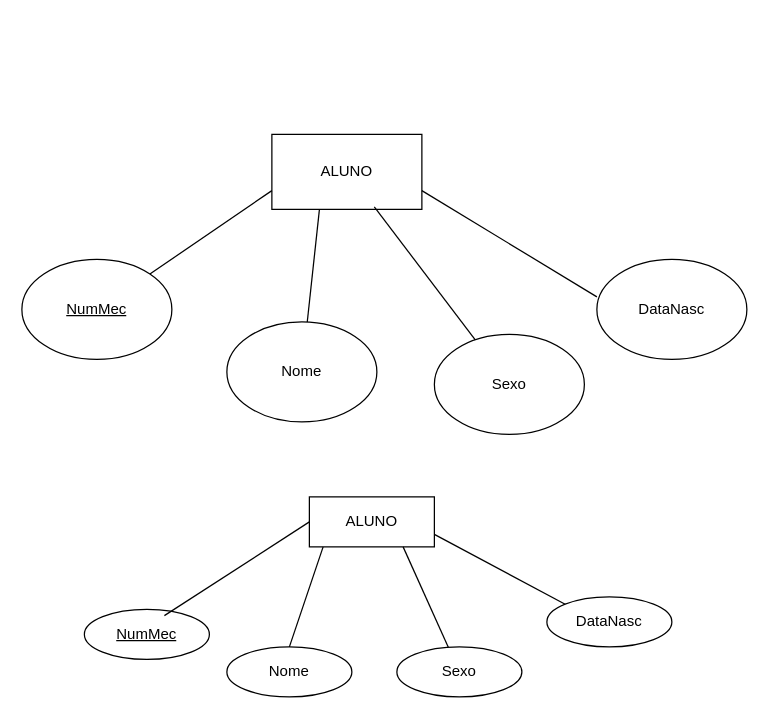
This is DiagramaEscolar.drawio from LucasAlface/Diagramas, a draw.io file, before an edit. Source tidied: cells renumbered, new cells numbered last; positions are measured from the earlier drawing's top-left corner, leaving out a move shared by most shapes. Both pictures are drawn from the tidied source at 125%, with x=0, y=0 at pixel (21, 134).
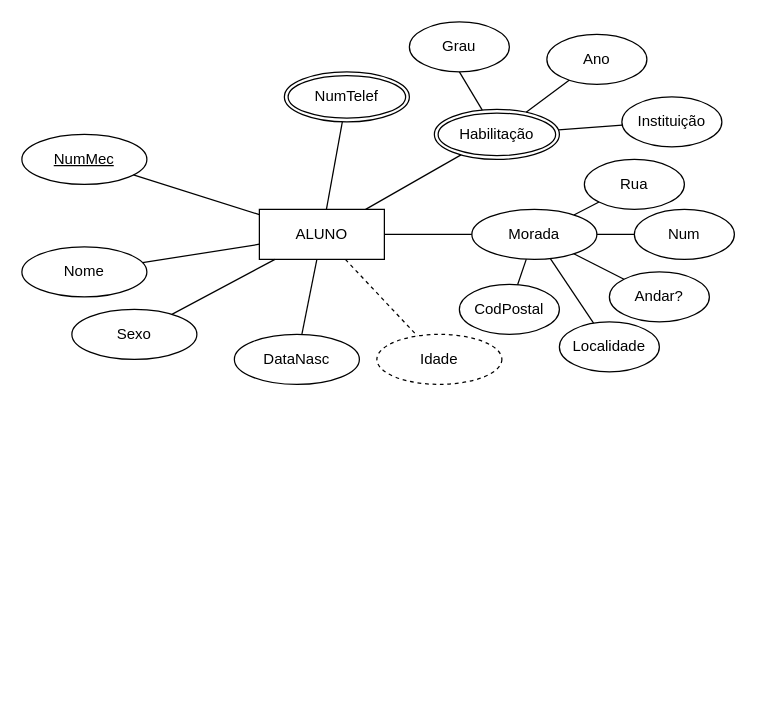
The same page after the edit.

Commit message:
Multivalores, Derivados, Compostos

Diff of the diagram source:
```diff
@@
-    <mxCell id="2" value="ALUNO" style="rounded=0;whiteSpace=wrap;html=1;" parent="1" vertex="1">
-      <mxGeometry x="200" width="120" height="60" as="geometry" />
-    </mxCell>
-    <mxCell id="3" value="&lt;u&gt;NumMec&lt;/u&gt;" style="ellipse;whiteSpace=wrap;html=1;" parent="1" vertex="1">
-      <mxGeometry y="100" width="120" height="80" as="geometry" />
-    </mxCell>
-    <mxCell id="4" value="Nome" style="ellipse;whiteSpace=wrap;html=1;" parent="1" vertex="1">
-      <mxGeometry x="164" y="150" width="120" height="80" as="geometry" />
-    </mxCell>
-    <mxCell id="5" value="Sexo" style="ellipse;whiteSpace=wrap;html=1;" parent="1" vertex="1">
-      <mxGeometry x="330" y="160" width="120" height="80" as="geometry" />
-    </mxCell>
-    <mxCell id="6" value="DataNasc" style="ellipse;whiteSpace=wrap;html=1;" parent="1" vertex="1">
-      <mxGeometry x="460" y="100" width="120" height="80" as="geometry" />
-    </mxCell>
-    <mxCell id="7" style="endArrow=none;html=1;rounded=0;entryX=0;entryY=0.75;entryDx=0;entryDy=0;exitX=1;exitY=0;exitDx=0;exitDy=0;" parent="1" edge="1" source="3" target="2">
-      <mxGeometry relative="1" as="geometry" />
-    </mxCell>
-    <mxCell id="8" style="endArrow=none;html=1;rounded=0;entryX=0.317;entryY=1;entryDx=0;entryDy=0;entryPerimeter=0;" parent="1" edge="1" source="4" target="2">
-      <mxGeometry relative="1" as="geometry" />
-    </mxCell>
-    <mxCell id="9" style="endArrow=none;html=1;rounded=0;entryX=0.683;entryY=0.967;entryDx=0;entryDy=0;entryPerimeter=0;" parent="1" edge="1" source="5" target="2">
-      <mxGeometry relative="1" as="geometry" />
-    </mxCell>
-    <mxCell id="10" style="endArrow=none;html=1;rounded=0;entryX=1;entryY=0.75;entryDx=0;entryDy=0;exitX=0;exitY=0.375;exitDx=0;exitDy=0;exitPerimeter=0;" parent="1" edge="1" source="6" target="2">
-      <mxGeometry relative="1" as="geometry" />
-    </mxCell>
     <mxCell id="11" value="ALUNO" style="whiteSpace=wrap;html=1;align=center;" parent="1" vertex="1">
-      <mxGeometry x="230" y="290" width="100" height="40" as="geometry" />
+      <mxGeometry x="190" y="60" width="100" height="40" as="geometry" />
     </mxCell>
     <mxCell id="12" value="&lt;u&gt;NumMec&lt;/u&gt;" style="ellipse;whiteSpace=wrap;html=1;align=center;" parent="1" vertex="1">
-      <mxGeometry x="50" y="380" width="100" height="40" as="geometry" />
+      <mxGeometry width="100" height="40" as="geometry" />
     </mxCell>
     <mxCell id="13" value="Nome" style="ellipse;whiteSpace=wrap;html=1;align=center;" parent="1" vertex="1">
-      <mxGeometry x="164" y="410" width="100" height="40" as="geometry" />
+      <mxGeometry y="90" width="100" height="40" as="geometry" />
     </mxCell>
     <mxCell id="14" value="Sexo" style="ellipse;whiteSpace=wrap;html=1;align=center;" parent="1" vertex="1">
-      <mxGeometry x="300" y="410" width="100" height="40" as="geometry" />
+      <mxGeometry x="40" y="140" width="100" height="40" as="geometry" />
     </mxCell>
     <mxCell id="15" value="DataNasc" style="ellipse;whiteSpace=wrap;html=1;align=center;" parent="1" vertex="1">
-      <mxGeometry x="420" y="370" width="100" height="40" as="geometry" />
+      <mxGeometry x="170" y="160" width="100" height="40" as="geometry" />
     </mxCell>
-    <mxCell id="16" style="endArrow=none;html=1;rounded=0;entryX=0.64;entryY=0.125;entryDx=0;entryDy=0;entryPerimeter=0;exitX=0;exitY=0.5;exitDx=0;exitDy=0;" parent="1" edge="1" source="11" target="12">
+    <mxCell id="16" style="endArrow=none;html=1;rounded=0;" parent="1" edge="1" source="11" target="12">
       <mxGeometry relative="1" as="geometry" />
     </mxCell>
-    <mxCell id="17" style="endArrow=none;html=1;rounded=0;entryX=0.5;entryY=0;entryDx=0;entryDy=0;exitX=0.11;exitY=1;exitDx=0;exitDy=0;exitPerimeter=0;" parent="1" edge="1" source="11" target="13">
+    <mxCell id="17" style="endArrow=none;html=1;rounded=0;" parent="1" edge="1" source="11" target="13">
       <mxGeometry relative="1" as="geometry" />
     </mxCell>
-    <mxCell id="18" style="endArrow=none;html=1;rounded=0;exitX=0.75;exitY=1;exitDx=0;exitDy=0;" parent="1" edge="1" source="11" target="14">
+    <mxCell id="18" style="endArrow=none;html=1;rounded=0;" parent="1" edge="1" source="11" target="14">
       <mxGeometry relative="1" as="geometry" />
     </mxCell>
-    <mxCell id="19" style="endArrow=none;html=1;rounded=0;exitX=1;exitY=0.75;exitDx=0;exitDy=0;entryX=0;entryY=0;entryDx=0;entryDy=0;" parent="1" edge="1" source="11" target="15">
+    <mxCell id="19" style="endArrow=none;html=1;rounded=0;" parent="1" edge="1" source="11" target="15">
       <mxGeometry relative="1" as="geometry" />
     </mxCell>
+    <mxCell id="20" value="Idade" style="ellipse;whiteSpace=wrap;html=1;align=center;dashed=1;" parent="1" vertex="1">
+      <mxGeometry x="284" y="160" width="100" height="40" as="geometry" />
+    </mxCell>
+    <mxCell id="21" style="endArrow=none;html=1;rounded=0;dashed=1;" parent="1" edge="1" source="11" target="20">
+      <mxGeometry relative="1" as="geometry" />
+    </mxCell>
+    <mxCell id="22" value="NumTelef" style="ellipse;shape=doubleEllipse;margin=3;whiteSpace=wrap;html=1;align=center;" parent="1" vertex="1">
+      <mxGeometry x="210" y="-50" width="100" height="40" as="geometry" />
+    </mxCell>
+    <mxCell id="23" style="endArrow=none;html=1;rounded=0;" parent="1" edge="1" source="11" target="22">
+      <mxGeometry relative="1" as="geometry" />
+    </mxCell>
+    <mxCell id="24" value="Habilitação" style="ellipse;shape=doubleEllipse;margin=3;whiteSpace=wrap;html=1;align=center;" parent="1" vertex="1">
+      <mxGeometry x="330" y="-20" width="100" height="40" as="geometry" />
+    </mxCell>
+    <mxCell id="25" style="endArrow=none;html=1;rounded=0;" parent="1" edge="1" source="11" target="24">
+      <mxGeometry relative="1" as="geometry" />
+    </mxCell>
+    <mxCell id="26" value="Grau" style="ellipse;whiteSpace=wrap;html=1;align=center;" parent="1" vertex="1">
+      <mxGeometry x="310" y="-90" width="80" height="40" as="geometry" />
+    </mxCell>
+    <mxCell id="27" value="Instituição" style="ellipse;whiteSpace=wrap;html=1;align=center;" parent="1" vertex="1">
+      <mxGeometry x="480" y="-30" width="80" height="40" as="geometry" />
+    </mxCell>
+    <mxCell id="28" value="Ano" style="ellipse;whiteSpace=wrap;html=1;align=center;" parent="1" vertex="1">
+      <mxGeometry x="420" y="-80" width="80" height="40" as="geometry" />
+    </mxCell>
+    <mxCell id="29" style="endArrow=none;html=1;rounded=0;entryX=0.5;entryY=1;entryDx=0;entryDy=0;" parent="1" edge="1" source="24" target="26">
+      <mxGeometry relative="1" as="geometry" />
+    </mxCell>
+    <mxCell id="30" style="endArrow=none;html=1;rounded=0;" parent="1" edge="1" source="24" target="28">
+      <mxGeometry relative="1" as="geometry" />
+    </mxCell>
+    <mxCell id="31" style="endArrow=none;html=1;rounded=0;" parent="1" edge="1" source="27" target="24">
+      <mxGeometry relative="1" as="geometry" />
+    </mxCell>
+    <mxCell id="32" value="Morada" style="ellipse;whiteSpace=wrap;html=1;align=center;" parent="1" vertex="1">
+      <mxGeometry x="360" y="60" width="100" height="40" as="geometry" />
+    </mxCell>
+    <mxCell id="33" value="Rua" style="ellipse;whiteSpace=wrap;html=1;align=center;" parent="1" vertex="1">
+      <mxGeometry x="450" y="20" width="80" height="40" as="geometry" />
+    </mxCell>
+    <mxCell id="34" value="Num" style="ellipse;whiteSpace=wrap;html=1;align=center;" parent="1" vertex="1">
+      <mxGeometry x="490" y="60" width="80" height="40" as="geometry" />
+    </mxCell>
+    <mxCell id="35" value="Andar?" style="ellipse;whiteSpace=wrap;html=1;align=center;" parent="1" vertex="1">
+      <mxGeometry x="470" y="110" width="80" height="40" as="geometry" />
+    </mxCell>
+    <mxCell id="36" value="Localidade" style="ellipse;whiteSpace=wrap;html=1;align=center;" parent="1" vertex="1">
+      <mxGeometry x="430" y="150" width="80" height="40" as="geometry" />
+    </mxCell>
+    <mxCell id="37" value="CodPostal" style="ellipse;whiteSpace=wrap;html=1;align=center;" parent="1" vertex="1">
+      <mxGeometry x="350" y="120" width="80" height="40" as="geometry" />
+    </mxCell>
+    <mxCell id="38" style="endArrow=none;html=1;rounded=0;" parent="1" edge="1" source="32" target="33">
+      <mxGeometry relative="1" as="geometry" />
+    </mxCell>
+    <mxCell id="39" style="endArrow=none;html=1;rounded=0;" parent="1" edge="1" source="32" target="34">
+      <mxGeometry relative="1" as="geometry" />
+    </mxCell>
+    <mxCell id="40" style="endArrow=none;html=1;rounded=0;" parent="1" edge="1" source="32" target="35">
+      <mxGeometry relative="1" as="geometry" />
+    </mxCell>
+    <mxCell id="41" style="endArrow=none;html=1;rounded=0;" parent="1" edge="1" source="32" target="36">
+      <mxGeometry relative="1" as="geometry" />
+    </mxCell>
+    <mxCell id="42" style="endArrow=none;html=1;rounded=0;" parent="1" edge="1" source="32" target="37">
+      <mxGeometry relative="1" as="geometry" />
+    </mxCell>
+    <mxCell id="43" style="endArrow=none;html=1;rounded=0;" parent="1" edge="1" source="11" target="32">
+      <mxGeometry relative="1" as="geometry" />
+    </mxCell>
```
